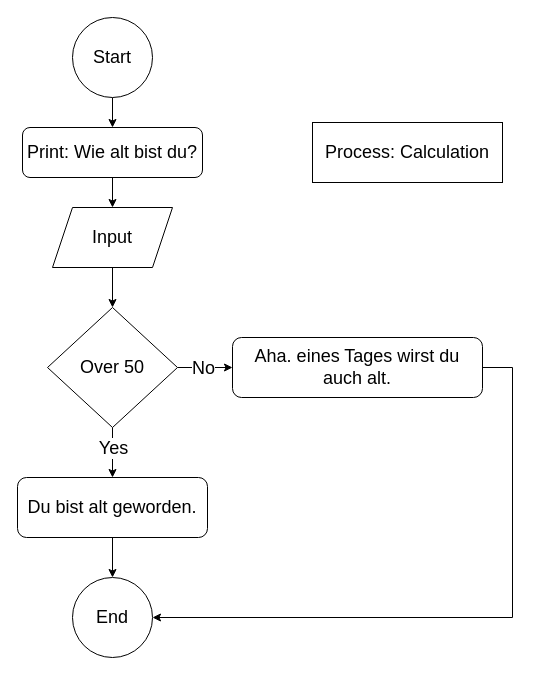
This is docs/Diagramm mit drawio.drawio from muschue/phyton, a draw.io file, before an edit. Source tidied: cells renumbered, new cells numbered last; positions are measured from the earlier drawing's top-left corner, leaving out a move shared by most shapes. Both pictures are drawn from the tidied source at 100%, with x=0, y=0 at pixel (17, 17).
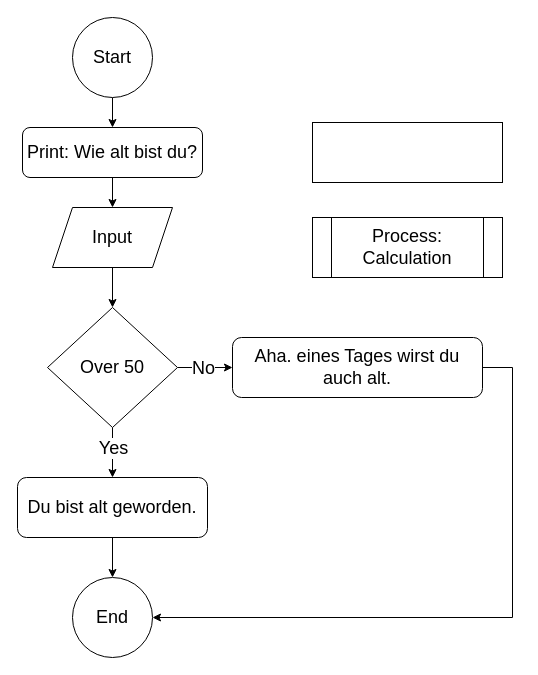
After the change.

The edit, as a diff of the source:
```diff
@@
-    <mxCell id="9" value="&lt;font style=&quot;font-size: 18px;&quot;&gt;Process: Calculation&lt;/font&gt;" style="rounded=0;whiteSpace=wrap;html=1;" parent="1" vertex="1">
+    <mxCell id="9" style="rounded=0;whiteSpace=wrap;html=1;" parent="1" vertex="1">
       <mxGeometry x="295" y="105" width="190" height="60" as="geometry" />
     </mxCell>
@@
+    <mxCell id="19" value="&lt;span style=&quot;font-size: 18px;&quot;&gt;Process: Calculation&lt;/span&gt;" style="shape=process;whiteSpace=wrap;html=1;backgroundOutline=1;" parent="1" vertex="1">
+      <mxGeometry x="295" y="200" width="190" height="60" as="geometry" />
+    </mxCell>
```
